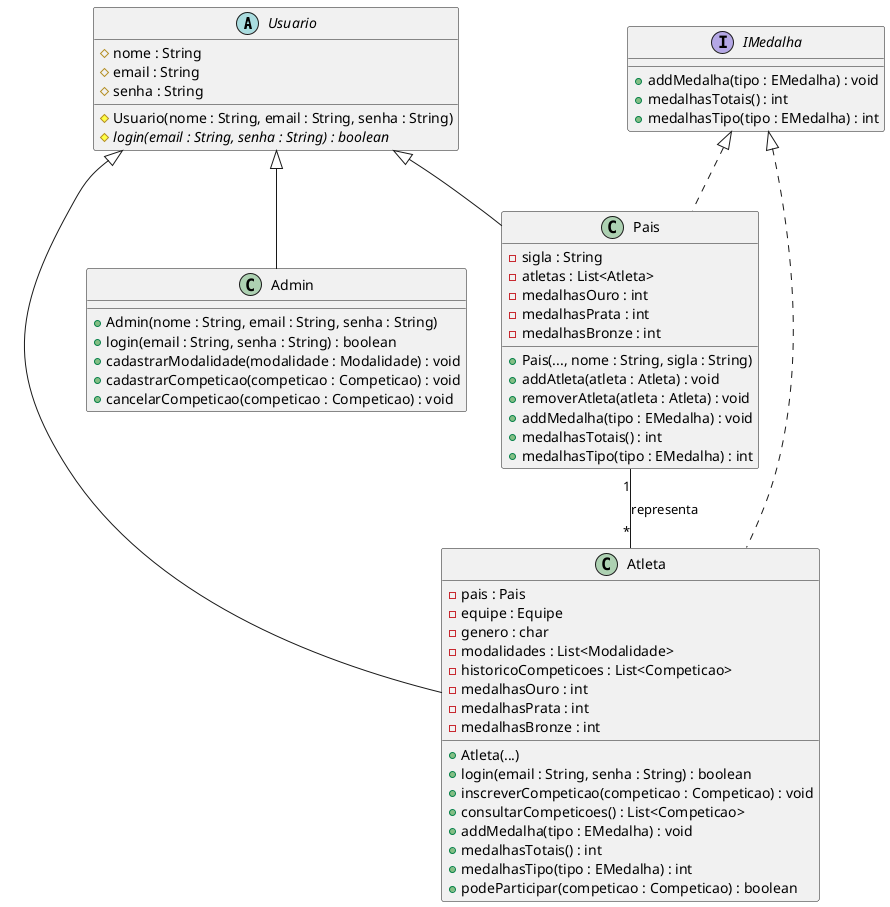
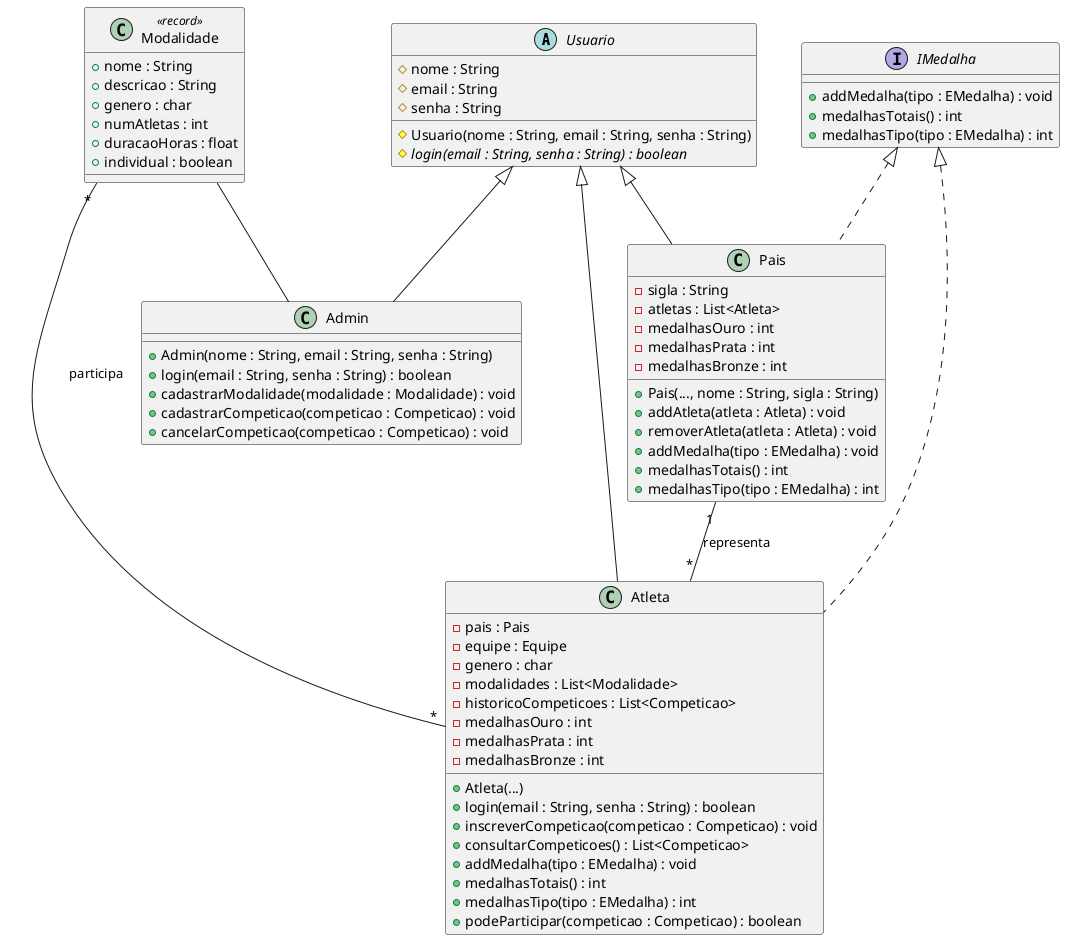
@startuml diagrama-classe
abstract class Usuario {
    # nome : String
    # email : String
    # senha : String
    # Usuario(nome : String, email : String, senha : String)
    # {abstract} login(email : String, senha : String) : boolean
}

class Admin {
    + Admin(nome : String, email : String, senha : String)
    + login(email : String, senha : String) : boolean
    + cadastrarModalidade(modalidade : Modalidade) : void
    + cadastrarCompeticao(competicao : Competicao) : void
    + cancelarCompeticao(competicao : Competicao) : void
}
Usuario <|-- Admin

interface IMedalha {
    + addMedalha(tipo : EMedalha) : void
    + medalhasTotais() : int
    + medalhasTipo(tipo : EMedalha) : int
}
IMedalha <|.. Pais
IMedalha <|.. Atleta

class Pais {
    - sigla : String
    - atletas : List<Atleta>
    - medalhasOuro : int
    - medalhasPrata : int
    - medalhasBronze : int
    + Pais(..., nome : String, sigla : String)
    + addAtleta(atleta : Atleta) : void
    + removerAtleta(atleta : Atleta) : void
    + addMedalha(tipo : EMedalha) : void
    + medalhasTotais() : int
    + medalhasTipo(tipo : EMedalha) : int
}
Usuario <|-- Pais

class Atleta {
    - pais : Pais
    - equipe : Equipe
    - genero : char
    - modalidades : List<Modalidade>
    - historicoCompeticoes : List<Competicao>
    - medalhasOuro : int
    - medalhasPrata : int
    - medalhasBronze : int
    + Atleta(...)
    + login(email : String, senha : String) : boolean
    + inscreverCompeticao(competicao : Competicao) : void
    + consultarCompeticoes() : List<Competicao>
    + addMedalha(tipo : EMedalha) : void
    + medalhasTotais() : int
    + medalhasTipo(tipo : EMedalha) : int
    + podeParticipar(competicao : Competicao) : boolean
}
Usuario <|-- Atleta
Pais "1" -- "*" Atleta : representa
+ 
+ class Modalidade <<record>>{
+     + nome : String
+     + descricao : String
+     + genero : char
+     + numAtletas : int
+     + duracaoHoras : float
+     + individual : boolean
+ }
+ Modalidade -- Admin
+ Modalidade "*" -- "*" Atleta : participa
@enduml